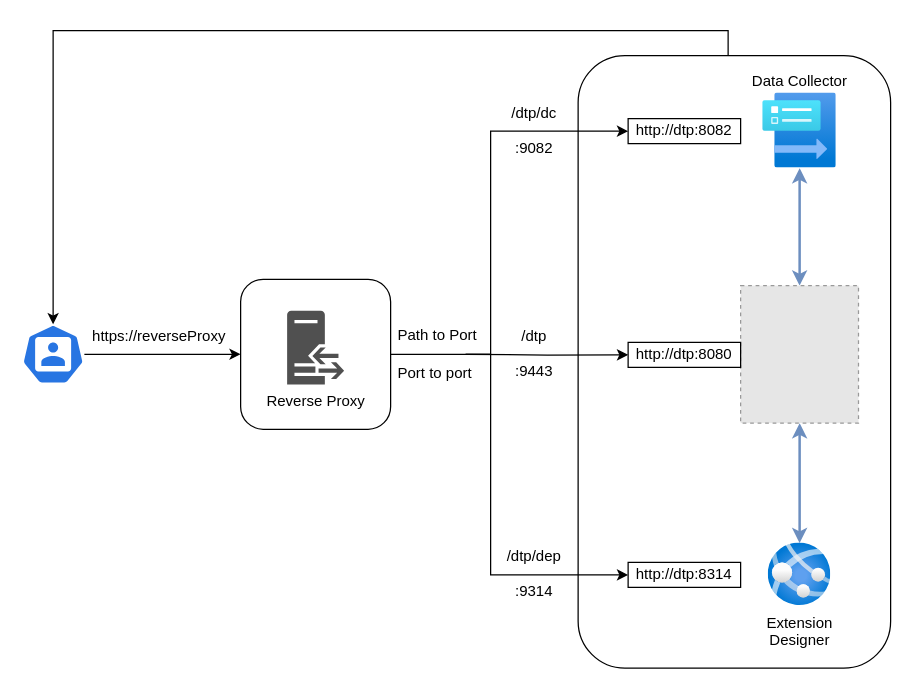
The draw.io diagram dtp-reverse-proxy.drawio in gtrofimov/draw-io-projects, before the edit. Source tidied: cells renumbered, new cells numbered last; positions are measured from the earlier drawing's top-left corner, leaving out a move shared by most shapes. Both pictures are drawn from the tidied source at 125%, with x=0, y=0 at pixel (21, 30). Pictures stored in the file or linked from it are replaced by grey dashed boxes.
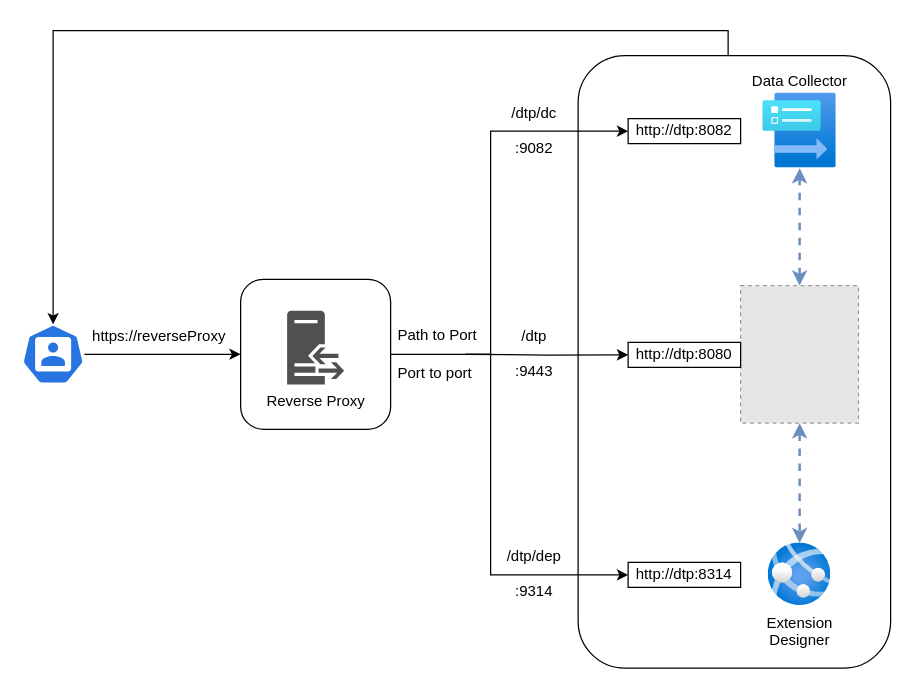
The same diagram, later.

Unchanged cells that the change refers to:
```xml
<mxCell id="11" style="fillColor=#E6E6E6;strokeColor=#999999;dashed=1;verticalLabelPosition=bottom;verticalAlign=top;" parent="1" vertex="1">
  <mxGeometry x="575" y="204" width="94.3" height="110" as="geometry" />
</mxCell>
<mxCell id="13" value="Extension&lt;div&gt;Designer&lt;/div&gt;" style="image;html=1;points=[];align=center;fontSize=12;image=img/lib/azure2/compute/App_Services.svg;" parent="1" vertex="1">
  <mxGeometry x="597.2" y="410" width="50" height="50" as="geometry" />
</mxCell>
<mxCell id="14" value="Data Collector" style="image;html=1;points=[];align=center;fontSize=12;image=img/lib/azure2/other/Data_Collection_Rules.svg;labelPosition=center;verticalLabelPosition=top;verticalAlign=bottom;" parent="1" vertex="1">
  <mxGeometry x="592.8" y="50" width="58.8" height="60" as="geometry" />
</mxCell>
```

The edit, as a diff of the source:
```diff
@@
-    <mxCell id="9" style="edgeStyle=orthogonalEdgeStyle;rounded=0;jettySize=auto;html=1;startArrow=classic;startFill=1;strokeWidth=2;fillColor=#dae8fc;strokeColor=#6c8ebf;" parent="1" edge="1" source="11" target="14">
+    <mxCell id="9" style="edgeStyle=orthogonalEdgeStyle;rounded=0;jettySize=auto;html=1;startArrow=classic;startFill=1;strokeWidth=2;fillColor=#dae8fc;strokeColor=#6c8ebf;dashed=1;" parent="1" edge="1" source="11" target="14">
       <mxGeometry relative="1" as="geometry" />
     </mxCell>
-    <mxCell id="10" style="edgeStyle=orthogonalEdgeStyle;rounded=0;jettySize=auto;html=1;startArrow=classic;startFill=1;strokeWidth=2;fillColor=#dae8fc;strokeColor=#6c8ebf;" parent="1" edge="1" source="11" target="13">
+    <mxCell id="10" style="edgeStyle=orthogonalEdgeStyle;rounded=0;jettySize=auto;html=1;startArrow=classic;startFill=1;strokeWidth=2;fillColor=#dae8fc;strokeColor=#6c8ebf;dashed=1;" parent="1" edge="1" source="11" target="13">
       <mxGeometry relative="1" as="geometry" />
     </mxCell>
```
